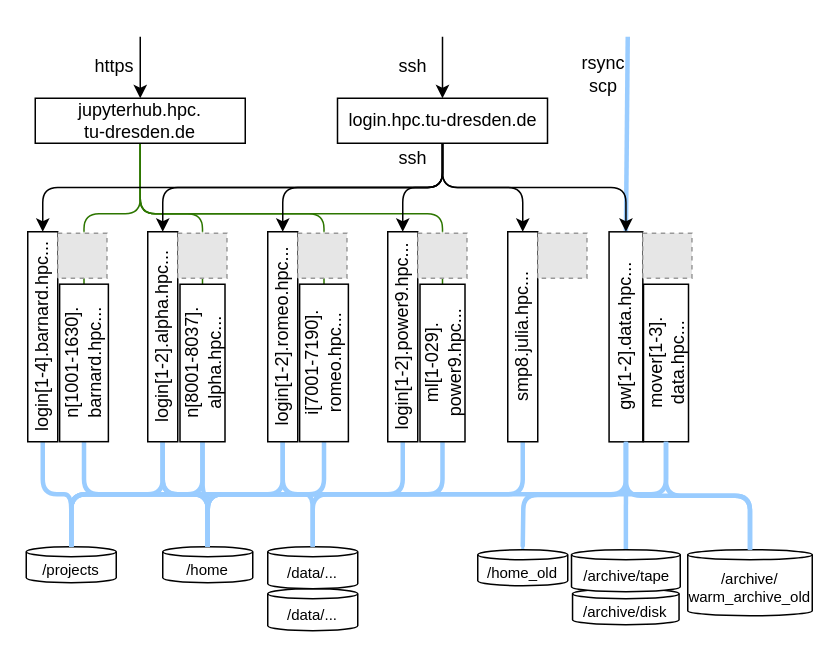
Servideska/HPC keeps this draw.io diagram as doc.zih.tu-dresden.de/docs/jobs_and_resources/misc/architecture_2023.drawio. Above is the earlier version. Source tidied: cells renumbered, new cells numbered last; positions are measured from the earlier drawing's top-left corner, leaving out a move shared by most shapes. Both pictures are drawn from the tidied source at 150%, with x=0, y=0 at pixel (-63, 36). Pictures stored in the file or linked from it are replaced by grey dashed boxes.
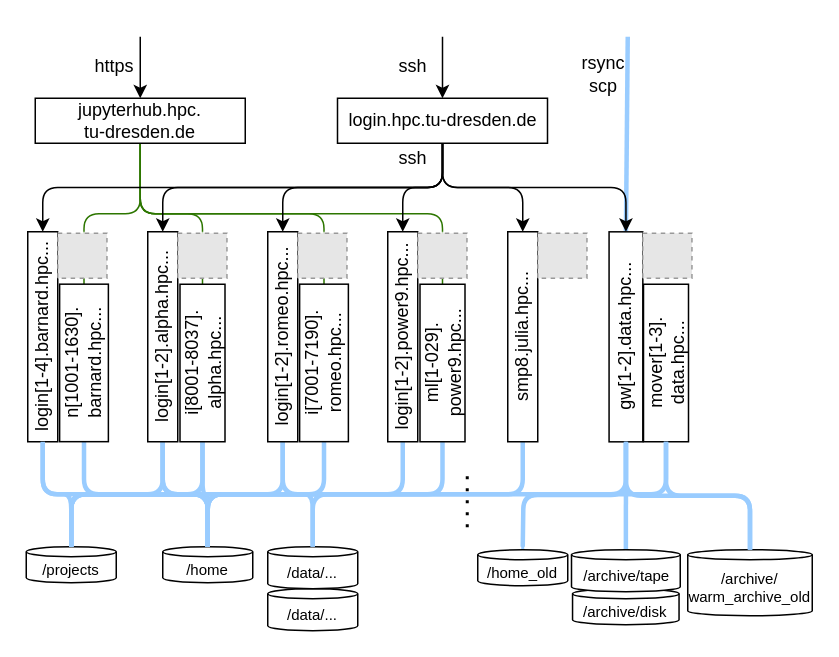
The same diagram, later.

Unchanged cells that the change refers to:
```xml
<mxCell id="18" value="/home" style="shape=cylinder3;whiteSpace=wrap;html=1;boundedLbl=1;backgroundOutline=1;size=3.3103448275862206;fontSize=10;spacing=0;" parent="1" vertex="1">
  <mxGeometry x="150" y="340" width="60" height="24" as="geometry" />
</mxCell>
<mxCell id="25" value="login[1-4].barnard.hpc..." style="rounded=0;whiteSpace=wrap;html=1;rotation=-90;" parent="1" vertex="1">
  <mxGeometry y="190" width="140" height="20" as="geometry" />
</mxCell>
```

What changed in the source:
```diff
@@
-    <mxCell id="39" value="n[8001-8037].&lt;br&gt;alpha.hpc..." style="rounded=0;whiteSpace=wrap;html=1;rotation=-90;" parent="1" vertex="1">
+    <mxCell id="39" value="i[8001-8037].&lt;br&gt;alpha.hpc..." style="rounded=0;whiteSpace=wrap;html=1;rotation=-90;" parent="1" vertex="1">
       <mxGeometry x="124" y="202.5" width="105" height="30" as="geometry" />
     </mxCell>
@@
+    <mxCell id="77" style="edgeStyle=orthogonalEdgeStyle;rounded=1;jettySize=auto;html=1;exitX=0;exitY=0.5;exitDx=0;exitDy=0;entryX=0.5;entryY=0;entryDx=0;entryDy=0;entryPerimeter=0;strokeWidth=3;endArrow=none;endFill=0;strokeColor=#99CCFF;" parent="1" edge="1" source="25" target="18">
+      <mxGeometry relative="1" as="geometry" />
+    </mxCell>
+    <mxCell id="78" style="endArrow=none;dashed=1;html=1;dashPattern=1 3;strokeWidth=2;rounded=0;fontSize=10;" parent="1" edge="1">
+      <mxGeometry relative="1" as="geometry">
+        <mxPoint x="353" y="327" as="sourcePoint" />
+        <mxPoint x="353" y="292" as="targetPoint" />
+      </mxGeometry>
+    </mxCell>
```
